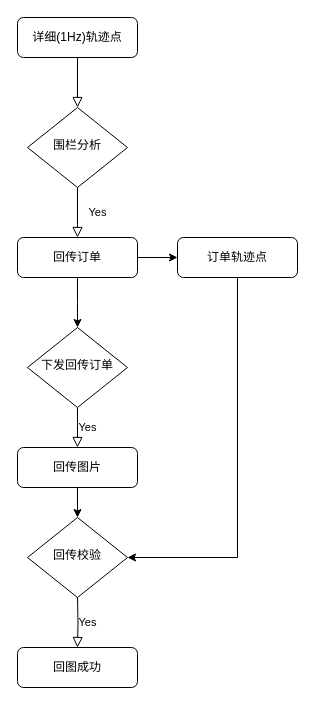
Above: media_order.drawio in geo-deyi/dataflow (draw.io), before the change. Source tidied: cells renumbered, new cells numbered last; positions are measured from the earlier drawing's top-left corner, leaving out a move shared by most shapes. Both pictures are drawn from the tidied source at 100%, with x=0, y=0 at pixel (17, 17).
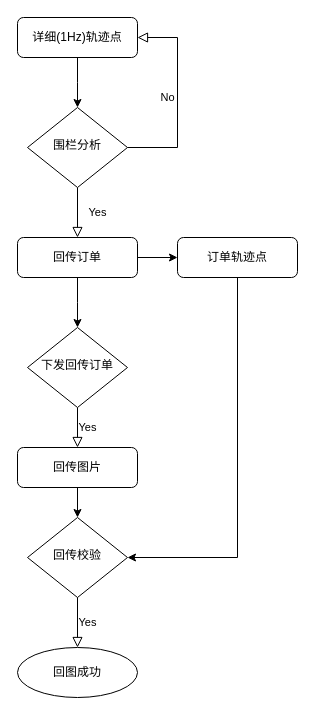
The same diagram, later.

The change refers to these unchanged cells:
```xml
<mxCell id="3" value="详细(1Hz)轨迹点" style="rounded=1;whiteSpace=wrap;html=1;fontSize=12;glass=0;strokeWidth=1;shadow=0;" parent="1" vertex="1">
  <mxGeometry width="120" height="40" as="geometry" />
</mxCell>
<mxCell id="5" value="围栏分析" style="rhombus;whiteSpace=wrap;html=1;shadow=0;fontFamily=Helvetica;fontSize=12;align=center;strokeWidth=1;spacing=6;spacingTop=-4;" parent="1" vertex="1">
  <mxGeometry x="10" y="90" width="100" height="80" as="geometry" />
</mxCell>
```

The edit, as a diff of the source:
```diff
@@
-    <mxCell id="2" style="rounded=0;html=1;jettySize=auto;fontSize=11;endArrow=block;endFill=0;endSize=8;strokeWidth=1;shadow=0;labelBackgroundColor=none;edgeStyle=orthogonalEdgeStyle;" parent="1" edge="1" source="3" target="5">
-      <mxGeometry relative="1" as="geometry" />
-    </mxCell>
@@
-    <mxCell id="12" value="回图成功" style="rounded=1;whiteSpace=wrap;html=1;fontSize=12;glass=0;strokeWidth=1;shadow=0;" parent="1" vertex="1">
-      <mxGeometry y="630" width="120" height="40" as="geometry" />
-    </mxCell>
@@
-    <mxCell id="15" value="Yes" style="edgeStyle=orthogonalEdgeStyle;rounded=0;html=1;jettySize=auto;fontSize=11;endArrow=block;endFill=0;endSize=8;strokeWidth=1;shadow=0;labelBackgroundColor=none;entryX=0.5;entryY=0;entryDx=0;entryDy=0;" parent="1" edge="1" target="12">
+    <mxCell id="15" value="Yes" style="edgeStyle=orthogonalEdgeStyle;rounded=0;html=1;jettySize=auto;orthogonalLoop=1;fontSize=11;endArrow=block;endFill=0;endSize=8;strokeWidth=1;shadow=0;labelBackgroundColor=none;entryX=0.5;entryY=0;entryDx=0;entryDy=0;" parent="1" edge="1">
       <mxGeometry y="10" relative="1" as="geometry">
         <mxPoint x="60" y="580" as="sourcePoint" />
+        <mxPoint x="60" y="630" as="targetPoint" />
       </mxGeometry>
     </mxCell>
@@
+    <mxCell id="12" value="回图成功" style="ellipse;whiteSpace=wrap;html=1;" parent="1" vertex="1">
+      <mxGeometry y="630" width="120" height="50" as="geometry" />
+    </mxCell>
+    <mxCell id="18" style="edgeStyle=orthogonalEdgeStyle;rounded=0;jettySize=auto;html=1;exitX=0.5;exitY=1;exitDx=0;exitDy=0;" parent="1" edge="1" source="3">
+      <mxGeometry relative="1" as="geometry">
+        <mxPoint x="60" y="90" as="targetPoint" />
+      </mxGeometry>
+    </mxCell>
+    <mxCell id="19" value="No" style="edgeStyle=orthogonalEdgeStyle;rounded=0;html=1;jettySize=auto;fontSize=11;endArrow=block;endFill=0;endSize=8;strokeWidth=1;shadow=0;labelBackgroundColor=none;entryX=1;entryY=0.5;entryDx=0;entryDy=0;" parent="1" edge="1" target="3">
+      <mxGeometry y="10" relative="1" as="geometry">
+        <mxPoint x="110" y="130" as="sourcePoint" />
+        <Array as="points">
+          <mxPoint x="160" y="130" />
+          <mxPoint x="160" y="20" />
+        </Array>
+      </mxGeometry>
+    </mxCell>
```
